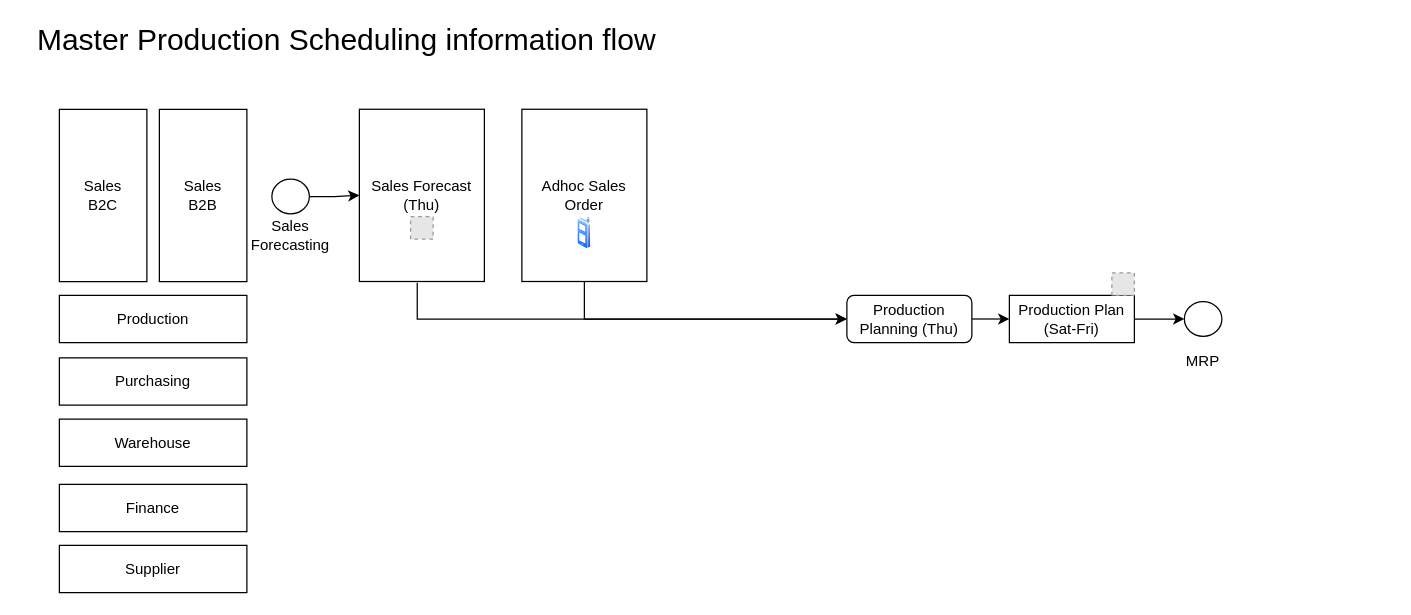
Above: page "MPS" (4 of 14) of E2E.drawio in pkppm-dev/Roy-s (draw.io), before the change. Source tidied: cells renumbered, new cells numbered last; positions are measured from the earlier drawing's top-left corner, leaving out a move shared by most shapes. Both pictures are drawn from the tidied source at 125%, with x=0, y=0 at pixel (21, 21). Pictures stored in the file or linked from it are replaced by grey dashed boxes.
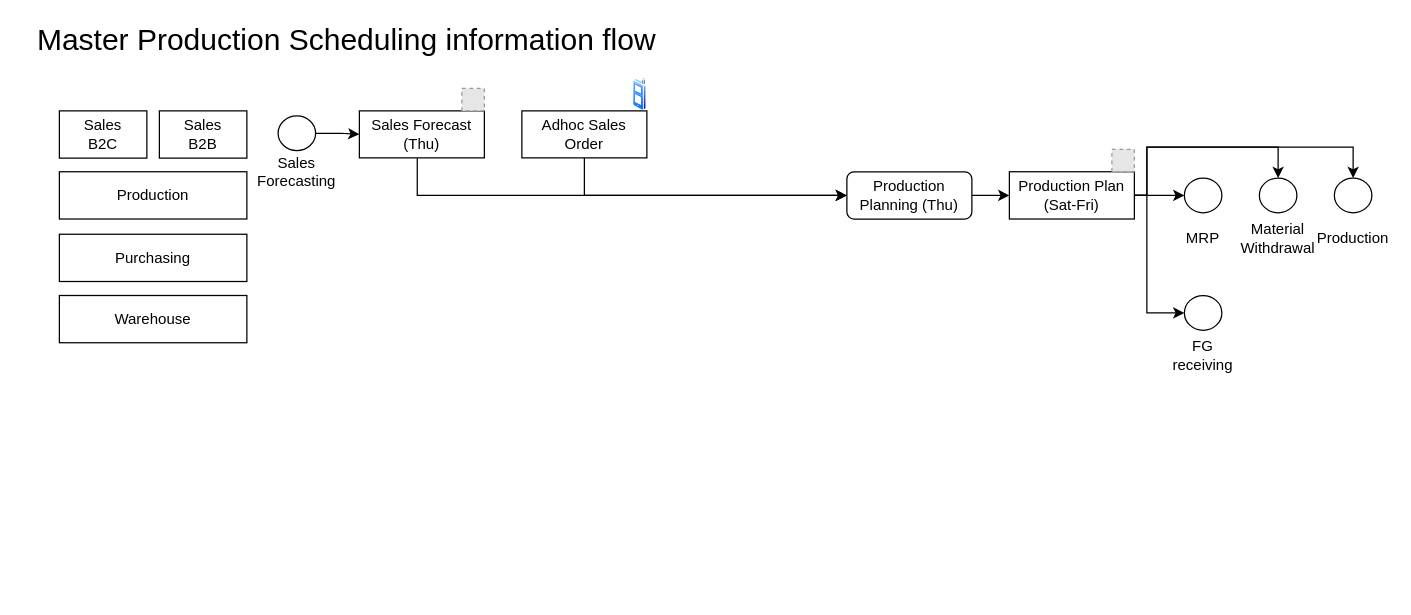
Above is the later version.

The edit, as a diff of the source:
```diff
@@
     <mxCell id="3" value="Sales&lt;div&gt;B2C&lt;/div&gt;" style="whiteSpace=wrap;html=1;rounded=0;" parent="1" vertex="1">
-      <mxGeometry x="30" y="70" width="70" height="137.8" as="geometry" />
+      <mxGeometry x="30" y="71.2" width="70" height="37.8" as="geometry" />
     </mxCell>
     <mxCell id="4" value="Production" style="whiteSpace=wrap;html=1;rounded=0;" parent="1" vertex="1">
-      <mxGeometry x="30" y="218.8" width="150" height="37.8" as="geometry" />
+      <mxGeometry x="30" y="119.9" width="150" height="37.8" as="geometry" />
     </mxCell>
     <mxCell id="5" value="Warehouse" style="whiteSpace=wrap;html=1;rounded=0;" parent="1" vertex="1">
-      <mxGeometry x="30" y="317.8" width="150" height="37.8" as="geometry" />
+      <mxGeometry x="30" y="218.9" width="150" height="37.8" as="geometry" />
     </mxCell>
     <mxCell id="6" value="Purchasing" style="whiteSpace=wrap;html=1;rounded=0;" parent="1" vertex="1">
-      <mxGeometry x="30" y="268.8" width="150" height="37.8" as="geometry" />
+      <mxGeometry x="30" y="169.9" width="150" height="37.8" as="geometry" />
     </mxCell>
-    <mxCell id="7" value="Supplier" style="whiteSpace=wrap;html=1;rounded=0;" parent="1" vertex="1">
-      <mxGeometry x="30" y="418.8" width="150" height="37.8" as="geometry" />
-    </mxCell>
-    <mxCell id="8" value="Finance" style="whiteSpace=wrap;html=1;rounded=0;" parent="1" vertex="1">
-      <mxGeometry x="30" y="370" width="150" height="37.8" as="geometry" />
-    </mxCell>
@@
     <mxCell id="10" value="Sales Forecast&lt;div&gt;(Thu)&lt;/div&gt;" style="whiteSpace=wrap;html=1;rounded=0;" parent="1" vertex="1">
-      <mxGeometry x="270" y="69.9" width="100" height="137.8" as="geometry" />
+      <mxGeometry x="270" y="71.2" width="100" height="37.6" as="geometry" />
     </mxCell>
@@
     <mxCell id="12" value="Production Planning (Thu)" style="whiteSpace=wrap;html=1;rounded=1;" parent="1" vertex="1">
-      <mxGeometry x="660" y="218.8" width="100" height="37.8" as="geometry" />
+      <mxGeometry x="660" y="119.9" width="100" height="37.8" as="geometry" />
     </mxCell>
     <mxCell id="13" style="fillColor=#E6E6E6;strokeColor=#999999;dashed=1;html=1;verticalAlign=top;verticalLabelPosition=bottom;labelBackgroundColor=#ffffff;" parent="1" vertex="1">
-      <mxGeometry x="311" y="155.8" width="18" height="18" as="geometry" />
+      <mxGeometry x="352" y="53.2" width="18" height="18" as="geometry" />
     </mxCell>
     <mxCell id="14" value="Sales&lt;div&gt;B2B&lt;/div&gt;" style="whiteSpace=wrap;html=1;rounded=0;" parent="1" vertex="1">
-      <mxGeometry x="110" y="70" width="70" height="137.8" as="geometry" />
+      <mxGeometry x="110" y="71.2" width="70" height="37.8" as="geometry" />
     </mxCell>
@@
     <mxCell id="16" style="ellipse;whiteSpace=wrap;html=1;" parent="1" vertex="1">
-      <mxGeometry x="200" y="125.8" width="30" height="27.8" as="geometry" />
+      <mxGeometry x="205" y="75.2" width="30" height="27.8" as="geometry" />
     </mxCell>
     <mxCell id="17" value="Sales Forecasting" style="text;html=1;align=center;verticalAlign=middle;whiteSpace=wrap;rounded=0;" parent="1" vertex="1">
-      <mxGeometry x="185" y="155.8" width="60" height="30" as="geometry" />
+      <mxGeometry x="190" y="105.2" width="60" height="30" as="geometry" />
     </mxCell>
     <mxCell id="18" value="Adhoc Sales Order" style="whiteSpace=wrap;html=1;rounded=0;" parent="1" vertex="1">
-      <mxGeometry x="400" y="69.9" width="100" height="137.8" as="geometry" />
+      <mxGeometry x="400" y="71.2" width="100" height="37.6" as="geometry" />
     </mxCell>
@@
+    <mxCell id="26" style="edgeStyle=orthogonalEdgeStyle;rounded=0;jettySize=auto;html=1;entryX=0.5;entryY=0;entryDx=0;entryDy=0;" parent="1" edge="1" source="21" target="29">
+      <mxGeometry relative="1" as="geometry">
+        <Array as="points">
+          <mxPoint x="900" y="139.2" />
+          <mxPoint x="900" y="100.2" />
+          <mxPoint x="1005" y="100.2" />
+        </Array>
+      </mxGeometry>
+    </mxCell>
+    <mxCell id="27" style="edgeStyle=orthogonalEdgeStyle;shape=connector;rounded=0;jumpStyle=arc;jettySize=auto;html=1;entryX=0;entryY=0.5;entryDx=0;entryDy=0;strokeColor=default;align=center;verticalAlign=middle;fontFamily=Helvetica;fontSize=11;fontColor=default;labelBackgroundColor=default;endArrow=classic;" parent="1" edge="1" source="21" target="31">
+      <mxGeometry relative="1" as="geometry">
+        <Array as="points">
+          <mxPoint x="900" y="139.2" />
+          <mxPoint x="900" y="233.2" />
+        </Array>
+      </mxGeometry>
+    </mxCell>
+    <mxCell id="28" style="edgeStyle=orthogonalEdgeStyle;shape=connector;rounded=0;jumpStyle=arc;jettySize=auto;html=1;entryX=0.5;entryY=0;entryDx=0;entryDy=0;strokeColor=default;align=center;verticalAlign=middle;fontFamily=Helvetica;fontSize=11;fontColor=default;labelBackgroundColor=default;endArrow=classic;" parent="1" edge="1" source="21" target="33">
+      <mxGeometry relative="1" as="geometry">
+        <Array as="points">
+          <mxPoint x="900" y="139.2" />
+          <mxPoint x="900" y="100.2" />
+          <mxPoint x="1065" y="100.2" />
+        </Array>
+      </mxGeometry>
+    </mxCell>
     <mxCell id="21" value="Production Plan&lt;div&gt;(Sat-Fri)&lt;/div&gt;" style="whiteSpace=wrap;html=1;rounded=0;" parent="1" vertex="1">
-      <mxGeometry x="790" y="218.8" width="100" height="37.8" as="geometry" />
+      <mxGeometry x="790" y="119.9" width="100" height="37.8" as="geometry" />
     </mxCell>
     <mxCell id="22" style="ellipse;whiteSpace=wrap;html=1;" parent="1" vertex="1">
-      <mxGeometry x="930" y="223.8" width="30" height="27.8" as="geometry" />
+      <mxGeometry x="930" y="124.9" width="30" height="27.8" as="geometry" />
     </mxCell>
     <mxCell id="23" value="MRP" style="text;html=1;align=center;verticalAlign=middle;whiteSpace=wrap;rounded=0;" parent="1" vertex="1">
-      <mxGeometry x="915" y="256.5" width="60" height="30" as="geometry" />
+      <mxGeometry x="915" y="157.7" width="60" height="30" as="geometry" />
     </mxCell>
     <mxCell id="24" style="fillColor=#E6E6E6;strokeColor=#999999;dashed=1;html=1;verticalAlign=top;verticalLabelPosition=bottom;labelBackgroundColor=#ffffff;" parent="1" vertex="1">
-      <mxGeometry x="872" y="200.8" width="18" height="18" as="geometry" />
+      <mxGeometry x="872" y="101.9" width="18" height="18" as="geometry" />
     </mxCell>
     <mxCell id="25" style="image;perimeter=ellipsePerimeter;html=1;align=center;shadow=0;dashed=0;spacingTop=3;image=img/lib/active_directory/cell_phone.svg;" parent="1" vertex="1">
-      <mxGeometry x="444.5" y="155.8" width="11" height="26.2" as="geometry" />
+      <mxGeometry x="489" y="45" width="11" height="26.2" as="geometry" />
     </mxCell>
+    <mxCell id="29" style="ellipse;whiteSpace=wrap;html=1;" parent="1" vertex="1">
+      <mxGeometry x="990" y="124.9" width="30" height="27.8" as="geometry" />
+    </mxCell>
+    <mxCell id="30" value="Material Withdrawal" style="text;html=1;align=center;verticalAlign=middle;whiteSpace=wrap;rounded=0;" parent="1" vertex="1">
+      <mxGeometry x="975" y="157.7" width="60" height="30" as="geometry" />
+    </mxCell>
+    <mxCell id="31" style="ellipse;whiteSpace=wrap;html=1;" parent="1" vertex="1">
+      <mxGeometry x="930" y="218.9" width="30" height="27.8" as="geometry" />
+    </mxCell>
+    <mxCell id="32" value="FG receiving" style="text;html=1;align=center;verticalAlign=middle;whiteSpace=wrap;rounded=0;" parent="1" vertex="1">
+      <mxGeometry x="915" y="251.7" width="60" height="30" as="geometry" />
+    </mxCell>
+    <mxCell id="33" style="ellipse;whiteSpace=wrap;html=1;" parent="1" vertex="1">
+      <mxGeometry x="1050" y="124.9" width="30" height="27.8" as="geometry" />
+    </mxCell>
+    <mxCell id="34" value="Production" style="text;html=1;align=center;verticalAlign=middle;whiteSpace=wrap;rounded=0;" parent="1" vertex="1">
+      <mxGeometry x="1035" y="157.7" width="60" height="30" as="geometry" />
+    </mxCell>
```
